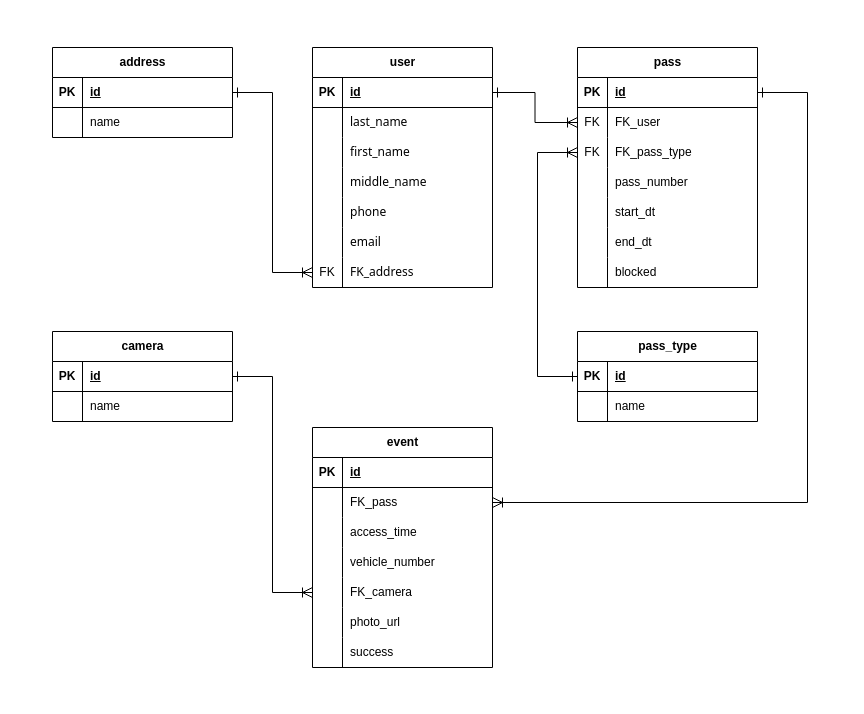
Schukinsky/Smart-gate-db keeps this draw.io diagram as erd.drawio. Above is the earlier version. Source tidied: cells renumbered, new cells numbered last; positions are measured from the earlier drawing's top-left corner, leaving out a move shared by most shapes. Both pictures are drawn from the tidied source at 100%, with x=0, y=0 at pixel (17, 17).
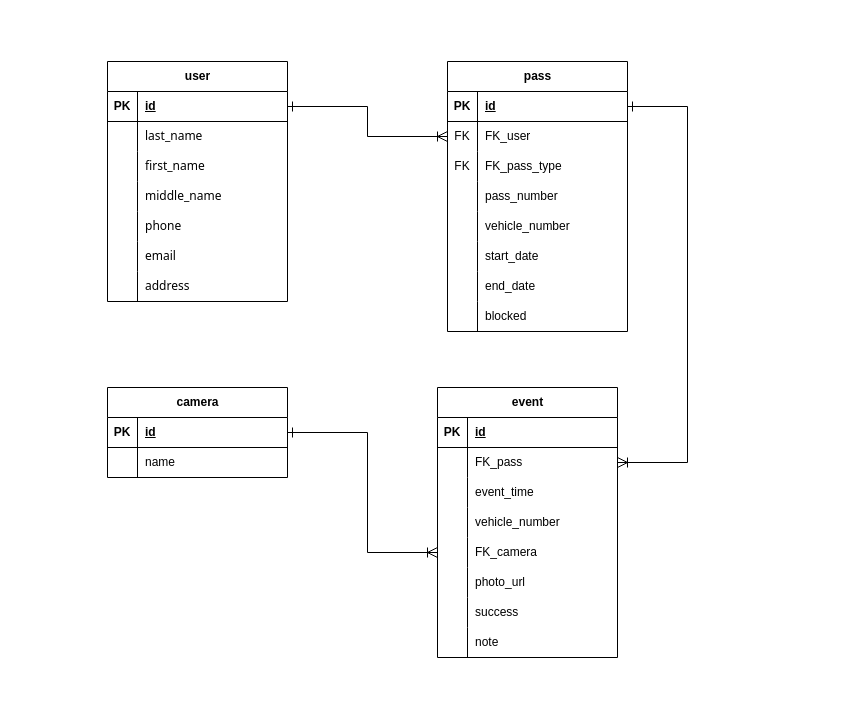
The same page after the edit.

The change refers to these unchanged cells:
```xml
<mxCell id="22" style="shape=tableRow;horizontal=0;startSize=0;swimlaneHead=0;swimlaneBody=0;fillColor=none;points=[[0,0.5],[1,0.5]];portConstraint=eastwest;top=0;left=0;right=0;bottom=0;labelBackgroundColor=none;fontColor=default;labelBorderColor=none;" parent="3" vertex="1">
  <mxGeometry y="210" width="180" height="30" as="geometry" />
</mxCell>
<mxCell id="26" style="shape=tableRow;horizontal=0;startSize=0;swimlaneHead=0;swimlaneBody=0;fillColor=none;points=[[0,0.5],[1,0.5]];portConstraint=eastwest;top=0;left=0;right=0;bottom=1;labelBackgroundColor=none;fontColor=default;labelBorderColor=none;" parent="25" vertex="1">
  <mxGeometry y="30" width="180" height="30" as="geometry" />
</mxCell>
<mxCell id="32" style="shape=tableRow;horizontal=0;startSize=0;swimlaneHead=0;swimlaneBody=0;fillColor=none;points=[[0,0.5],[1,0.5]];portConstraint=eastwest;top=0;left=0;right=0;bottom=0;labelBackgroundColor=none;fontColor=default;labelBorderColor=none;" parent="25" vertex="1">
  <mxGeometry y="90" width="180" height="30" as="geometry" />
</mxCell>
<mxCell id="58" style="shape=tableRow;horizontal=0;startSize=0;swimlaneHead=0;swimlaneBody=0;fillColor=none;points=[[0,0.5],[1,0.5]];portConstraint=eastwest;top=0;left=0;right=0;bottom=0;labelBackgroundColor=none;fontColor=default;labelBorderColor=none;" parent="54" vertex="1">
  <mxGeometry y="60" width="180" height="30" as="geometry" />
</mxCell>
<mxCell id="61" style="shape=tableRow;horizontal=0;startSize=0;swimlaneHead=0;swimlaneBody=0;fillColor=none;top=0;left=0;right=0;bottom=0;labelBackgroundColor=none;fontColor=default;labelBorderColor=none;" parent="54" vertex="1">
  <mxGeometry y="90" width="180" height="30" as="geometry" />
</mxCell>
<mxCell id="67" style="shape=tableRow;horizontal=0;startSize=0;swimlaneHead=0;swimlaneBody=0;fillColor=none;points=[[0,0.5],[1,0.5]];portConstraint=eastwest;top=0;left=0;right=0;bottom=0;labelBackgroundColor=none;fontColor=default;labelBorderColor=none;" parent="54" vertex="1">
  <mxGeometry y="150" width="180" height="30" as="geometry" />
</mxCell>
<mxCell id="77" style="shape=tableRow;horizontal=0;startSize=0;swimlaneHead=0;swimlaneBody=0;fillColor=none;points=[[0,0.5],[1,0.5]];portConstraint=eastwest;top=0;left=0;right=0;bottom=1;labelBackgroundColor=none;fontColor=default;labelBorderColor=none;" parent="76" vertex="1">
  <mxGeometry y="30" width="180" height="30" as="geometry" />
</mxCell>
```

What changed in the source:
```diff
@@
     <mxCell id="2" style="rounded=0;whiteSpace=wrap;html=1;labelBackgroundColor=none;fontColor=default;labelBorderColor=none;strokeColor=none;" parent="1" vertex="1">
-      <mxGeometry width="830" height="680" as="geometry" />
+      <mxGeometry x="60" y="20" width="640" height="640" as="geometry" />
     </mxCell>
     <mxCell id="3" value="user" style="shape=table;startSize=30;childLayout=tableLayout;rowLines=0;fontStyle=1;align=center;html=1;labelBackgroundColor=none;fontColor=default;labelBorderColor=none;" parent="1" vertex="1">
-      <mxGeometry x="295" y="30" width="180" height="240" as="geometry" />
+      <mxGeometry x="90" y="44" width="180" height="240" as="geometry" />
     </mxCell>
@@
-    <mxCell id="23" value="FK" style="shape=partialRectangle;fillColor=none;top=0;left=0;bottom=0;right=0;overflow=hidden;whiteSpace=wrap;html=1;labelBackgroundColor=none;fontColor=default;labelBorderColor=none;" parent="22" vertex="1">
+    <mxCell id="23" style="shape=partialRectangle;fillColor=none;top=0;left=0;bottom=0;right=0;overflow=hidden;whiteSpace=wrap;html=1;labelBackgroundColor=none;fontColor=default;labelBorderColor=none;" parent="22" vertex="1">
       <mxGeometry width="30" height="30" as="geometry" />
     </mxCell>
-    <mxCell id="24" value="&lt;span style=&quot;font-family: Söhne, ui-sans-serif, system-ui, -apple-system, &amp;quot;Segoe UI&amp;quot;, Roboto, Ubuntu, Cantarell, &amp;quot;Noto Sans&amp;quot;, sans-serif, &amp;quot;Helvetica Neue&amp;quot;, Arial, &amp;quot;Apple Color Emoji&amp;quot;, &amp;quot;Segoe UI Emoji&amp;quot;, &amp;quot;Segoe UI Symbol&amp;quot;, &amp;quot;Noto Color Emoji&amp;quot;; white-space-collapse: preserve;&quot;&gt;&lt;font style=&quot;font-size: 12px;&quot;&gt;FK_address&lt;/font&gt;&lt;/span&gt;" style="shape=partialRectangle;fillColor=none;top=0;left=0;bottom=0;right=0;align=left;spacingLeft=6;overflow=hidden;whiteSpace=wrap;html=1;labelBackgroundColor=none;fontColor=default;labelBorderColor=none;" parent="22" vertex="1">
+    <mxCell id="24" value="&lt;span style=&quot;font-family: Söhne, ui-sans-serif, system-ui, -apple-system, &amp;quot;Segoe UI&amp;quot;, Roboto, Ubuntu, Cantarell, &amp;quot;Noto Sans&amp;quot;, sans-serif, &amp;quot;Helvetica Neue&amp;quot;, Arial, &amp;quot;Apple Color Emoji&amp;quot;, &amp;quot;Segoe UI Emoji&amp;quot;, &amp;quot;Segoe UI Symbol&amp;quot;, &amp;quot;Noto Color Emoji&amp;quot;; white-space-collapse: preserve;&quot;&gt;&lt;font style=&quot;font-size: 12px;&quot;&gt;address&lt;/font&gt;&lt;/span&gt;" style="shape=partialRectangle;fillColor=none;top=0;left=0;bottom=0;right=0;align=left;spacingLeft=6;overflow=hidden;whiteSpace=wrap;html=1;labelBackgroundColor=none;fontColor=default;labelBorderColor=none;" parent="22" vertex="1">
       <mxGeometry x="30" width="150" height="30" as="geometry" />
     </mxCell>
     <mxCell id="25" value="&lt;div style=&quot;text-align: left;&quot;&gt;&lt;span style=&quot;background-color: initial; white-space: pre-wrap;&quot;&gt;pass&lt;/span&gt;&lt;/div&gt;" style="shape=table;startSize=30;childLayout=tableLayout;rowLines=0;fontStyle=1;align=center;html=1;labelBackgroundColor=none;fontColor=default;labelBorderColor=none;" parent="1" vertex="1">
-      <mxGeometry x="560" y="30" width="180" height="240" as="geometry" />
+      <mxGeometry x="430" y="44" width="180" height="270" as="geometry" />
     </mxCell>
@@
+    <mxCell id="95" style="shape=tableRow;horizontal=0;startSize=0;swimlaneHead=0;swimlaneBody=0;fillColor=none;top=0;left=0;right=0;bottom=0;labelBackgroundColor=none;fontColor=default;labelBorderColor=none;" parent="25" vertex="1">
+      <mxGeometry y="150" width="180" height="30" as="geometry" />
+    </mxCell>
+    <mxCell id="96" style="shape=partialRectangle;fillColor=none;top=0;left=0;bottom=0;right=0;overflow=hidden;whiteSpace=wrap;html=1;labelBackgroundColor=none;fontColor=default;labelBorderColor=none;" parent="95" vertex="1">
+      <mxGeometry width="30" height="30" as="geometry" />
+    </mxCell>
+    <mxCell id="97" value="vehicle_number" style="shape=partialRectangle;fillColor=none;top=0;left=0;bottom=0;right=0;align=left;spacingLeft=6;overflow=hidden;whiteSpace=wrap;html=1;labelBackgroundColor=none;fontColor=default;labelBorderColor=none;" parent="95" vertex="1">
+      <mxGeometry x="30" width="150" height="30" as="geometry" />
+    </mxCell>
     <mxCell id="38" style="shape=tableRow;horizontal=0;startSize=0;swimlaneHead=0;swimlaneBody=0;fillColor=none;top=0;left=0;right=0;bottom=0;labelBackgroundColor=none;fontColor=default;labelBorderColor=none;" parent="25" vertex="1">
-      <mxGeometry y="150" width="180" height="30" as="geometry" />
+      <mxGeometry y="180" width="180" height="30" as="geometry" />
     </mxCell>
@@
-    <mxCell id="40" value="start_dt" style="shape=partialRectangle;fillColor=none;top=0;left=0;bottom=0;right=0;align=left;spacingLeft=6;overflow=hidden;whiteSpace=wrap;html=1;labelBackgroundColor=none;fontColor=default;labelBorderColor=none;" parent="38" vertex="1">
+    <mxCell id="40" value="start_date" style="shape=partialRectangle;fillColor=none;top=0;left=0;bottom=0;right=0;align=left;spacingLeft=6;overflow=hidden;whiteSpace=wrap;html=1;labelBackgroundColor=none;fontColor=default;labelBorderColor=none;" parent="38" vertex="1">
       <mxGeometry x="30" width="150" height="30" as="geometry" />
     </mxCell>
     <mxCell id="41" style="shape=tableRow;horizontal=0;startSize=0;swimlaneHead=0;swimlaneBody=0;fillColor=none;top=0;left=0;right=0;bottom=0;labelBackgroundColor=none;fontColor=default;labelBorderColor=none;" parent="25" vertex="1">
-      <mxGeometry y="180" width="180" height="30" as="geometry" />
+      <mxGeometry y="210" width="180" height="30" as="geometry" />
     </mxCell>
@@
-    <mxCell id="43" value="end_dt" style="shape=partialRectangle;fillColor=none;top=0;left=0;bottom=0;right=0;align=left;spacingLeft=6;overflow=hidden;whiteSpace=wrap;html=1;labelBackgroundColor=none;fontColor=default;labelBorderColor=none;" parent="41" vertex="1">
+    <mxCell id="43" value="end_date" style="shape=partialRectangle;fillColor=none;top=0;left=0;bottom=0;right=0;align=left;spacingLeft=6;overflow=hidden;whiteSpace=wrap;html=1;labelBackgroundColor=none;fontColor=default;labelBorderColor=none;" parent="41" vertex="1">
       <mxGeometry x="30" width="150" height="30" as="geometry" />
     </mxCell>
     <mxCell id="44" style="shape=tableRow;horizontal=0;startSize=0;swimlaneHead=0;swimlaneBody=0;fillColor=none;top=0;left=0;right=0;bottom=0;labelBackgroundColor=none;fontColor=default;labelBorderColor=none;" parent="25" vertex="1">
-      <mxGeometry y="210" width="180" height="30" as="geometry" />
+      <mxGeometry y="240" width="180" height="30" as="geometry" />
     </mxCell>
@@
-    <mxCell id="47" value="address" style="shape=table;startSize=30;childLayout=tableLayout;rowLines=0;fontStyle=1;align=center;html=1;labelBackgroundColor=none;fontColor=default;labelBorderColor=none;" parent="1" vertex="1">
-      <mxGeometry x="35" y="30" width="180" height="90" as="geometry" />
-    </mxCell>
-    <mxCell id="48" style="shape=tableRow;horizontal=0;startSize=0;swimlaneHead=0;swimlaneBody=0;fillColor=none;points=[[0,0.5],[1,0.5]];portConstraint=eastwest;top=0;left=0;right=0;bottom=1;labelBackgroundColor=none;fontColor=default;labelBorderColor=none;" parent="47" vertex="1">
-      <mxGeometry y="30" width="180" height="30" as="geometry" />
-    </mxCell>
-    <mxCell id="49" value="PK" style="shape=partialRectangle;fillColor=none;top=0;left=0;bottom=0;right=0;fontStyle=1;overflow=hidden;whiteSpace=wrap;html=1;labelBackgroundColor=none;fontColor=default;labelBorderColor=none;" parent="48" vertex="1">
-      <mxGeometry width="30" height="30" as="geometry" />
-    </mxCell>
-    <mxCell id="50" value="id" style="shape=partialRectangle;fillColor=none;top=0;left=0;bottom=0;right=0;align=left;spacingLeft=6;fontStyle=5;overflow=hidden;whiteSpace=wrap;html=1;labelBackgroundColor=none;fontColor=default;labelBorderColor=none;" parent="48" vertex="1">
-      <mxGeometry x="30" width="150" height="30" as="geometry" />
-    </mxCell>
-    <mxCell id="51" style="shape=tableRow;horizontal=0;startSize=0;swimlaneHead=0;swimlaneBody=0;fillColor=none;top=0;left=0;right=0;bottom=0;labelBackgroundColor=none;fontColor=default;labelBorderColor=none;" parent="47" vertex="1">
-      <mxGeometry y="60" width="180" height="30" as="geometry" />
-    </mxCell>
-    <mxCell id="52" style="shape=partialRectangle;fillColor=none;top=0;left=0;bottom=0;right=0;overflow=hidden;whiteSpace=wrap;html=1;labelBackgroundColor=none;fontColor=default;labelBorderColor=none;" parent="51" vertex="1">
-      <mxGeometry width="30" height="30" as="geometry" />
-    </mxCell>
-    <mxCell id="53" value="name" style="shape=partialRectangle;fillColor=none;top=0;left=0;bottom=0;right=0;align=left;spacingLeft=6;overflow=hidden;whiteSpace=wrap;html=1;labelBackgroundColor=none;fontColor=default;labelBorderColor=none;" parent="51" vertex="1">
-      <mxGeometry x="30" width="150" height="30" as="geometry" />
-    </mxCell>
     <mxCell id="54" value="event" style="shape=table;startSize=30;childLayout=tableLayout;rowLines=0;fontStyle=1;align=center;html=1;labelBackgroundColor=none;fontColor=default;labelBorderColor=none;" parent="1" vertex="1">
-      <mxGeometry x="295" y="410" width="180" height="240" as="geometry" />
+      <mxGeometry x="420" y="370" width="180" height="270" as="geometry" />
     </mxCell>
@@
-    <mxCell id="63" value="&lt;span style=&quot;white-space: pre;&quot;&gt;&lt;font face=&quot;Helvetica&quot; style=&quot;font-size: 12px;&quot;&gt;access_time&lt;/font&gt;&lt;/span&gt;" style="shape=partialRectangle;fillColor=none;top=0;left=0;bottom=0;right=0;align=left;spacingLeft=6;overflow=hidden;whiteSpace=wrap;html=1;labelBackgroundColor=none;fontColor=default;labelBorderColor=none;" parent="61" vertex="1">
+    <mxCell id="63" value="&lt;span style=&quot;white-space: pre;&quot;&gt;&lt;font face=&quot;Helvetica&quot; style=&quot;font-size: 12px;&quot;&gt;event_time&lt;/font&gt;&lt;/span&gt;" style="shape=partialRectangle;fillColor=none;top=0;left=0;bottom=0;right=0;align=left;spacingLeft=6;overflow=hidden;whiteSpace=wrap;html=1;labelBackgroundColor=none;fontColor=default;labelBorderColor=none;" parent="61" vertex="1">
       <mxGeometry x="30" width="150" height="30" as="geometry" />
     </mxCell>
@@
+    <mxCell id="98" style="shape=tableRow;horizontal=0;startSize=0;swimlaneHead=0;swimlaneBody=0;fillColor=none;top=0;left=0;right=0;bottom=0;labelBackgroundColor=none;fontColor=default;labelBorderColor=none;" parent="54" vertex="1">
+      <mxGeometry y="240" width="180" height="30" as="geometry" />
+    </mxCell>
+    <mxCell id="99" style="shape=partialRectangle;fillColor=none;top=0;left=0;bottom=0;right=0;overflow=hidden;whiteSpace=wrap;html=1;labelBackgroundColor=none;fontColor=default;labelBorderColor=none;" parent="98" vertex="1">
+      <mxGeometry width="30" height="30" as="geometry" />
+    </mxCell>
+    <mxCell id="100" value="note" style="shape=partialRectangle;fillColor=none;top=0;left=0;bottom=0;right=0;align=left;spacingLeft=6;overflow=hidden;whiteSpace=wrap;html=1;labelBackgroundColor=none;fontColor=default;labelBorderColor=none;" parent="98" vertex="1">
+      <mxGeometry x="30" width="150" height="30" as="geometry" />
+    </mxCell>
     <mxCell id="76" value="&lt;span style=&quot;text-align: left; text-wrap: wrap;&quot;&gt;camera&lt;/span&gt;" style="shape=table;startSize=30;childLayout=tableLayout;rowLines=0;fontStyle=1;align=center;html=1;labelBackgroundColor=none;fontColor=default;labelBorderColor=none;" parent="1" vertex="1">
-      <mxGeometry x="35" y="314" width="180" height="90" as="geometry" />
+      <mxGeometry x="90" y="370" width="180" height="90" as="geometry" />
     </mxCell>
@@
-    <mxCell id="83" value="&lt;span style=&quot;text-align: left; white-space: pre-wrap;&quot;&gt;pass_type&lt;/span&gt;" style="shape=table;startSize=30;childLayout=tableLayout;rowLines=0;fontStyle=1;align=center;html=1;labelBackgroundColor=none;fontColor=default;labelBorderColor=none;" parent="1" vertex="1">
-      <mxGeometry x="560" y="314" width="180" height="90" as="geometry" />
-    </mxCell>
-    <mxCell id="84" style="shape=tableRow;horizontal=0;startSize=0;swimlaneHead=0;swimlaneBody=0;fillColor=none;points=[[0,0.5],[1,0.5]];portConstraint=eastwest;top=0;left=0;right=0;bottom=1;labelBackgroundColor=none;fontColor=default;labelBorderColor=none;" parent="83" vertex="1">
-      <mxGeometry y="30" width="180" height="30" as="geometry" />
-    </mxCell>
-    <mxCell id="85" value="PK" style="shape=partialRectangle;fillColor=none;top=0;left=0;bottom=0;right=0;fontStyle=1;overflow=hidden;whiteSpace=wrap;html=1;labelBackgroundColor=none;fontColor=default;labelBorderColor=none;" parent="84" vertex="1">
-      <mxGeometry width="30" height="30" as="geometry" />
-    </mxCell>
-    <mxCell id="86" value="id" style="shape=partialRectangle;fillColor=none;top=0;left=0;bottom=0;right=0;align=left;spacingLeft=6;fontStyle=5;overflow=hidden;whiteSpace=wrap;html=1;labelBackgroundColor=none;fontColor=default;labelBorderColor=none;" parent="84" vertex="1">
-      <mxGeometry x="30" width="150" height="30" as="geometry" />
-    </mxCell>
-    <mxCell id="87" style="shape=tableRow;horizontal=0;startSize=0;swimlaneHead=0;swimlaneBody=0;fillColor=none;top=0;left=0;right=0;bottom=0;labelBackgroundColor=none;fontColor=default;labelBorderColor=none;" parent="83" vertex="1">
-      <mxGeometry y="60" width="180" height="30" as="geometry" />
-    </mxCell>
-    <mxCell id="88" style="shape=partialRectangle;fillColor=none;top=0;left=0;bottom=0;right=0;overflow=hidden;whiteSpace=wrap;html=1;labelBackgroundColor=none;fontColor=default;labelBorderColor=none;" parent="87" vertex="1">
-      <mxGeometry width="30" height="30" as="geometry" />
-    </mxCell>
-    <mxCell id="89" value="name" style="shape=partialRectangle;fillColor=none;top=0;left=0;bottom=0;right=0;align=left;spacingLeft=6;overflow=hidden;whiteSpace=wrap;html=1;labelBackgroundColor=none;fontColor=default;labelBorderColor=none;" parent="87" vertex="1">
-      <mxGeometry x="30" width="150" height="30" as="geometry" />
-    </mxCell>
-    <mxCell id="90" style="edgeStyle=orthogonalEdgeStyle;rounded=0;jettySize=auto;html=1;entryX=0;entryY=0.5;entryDx=0;entryDy=0;startArrow=ERone;startFill=0;endArrow=ERoneToMany;endFill=0;endSize=8;startSize=8;labelBackgroundColor=none;fontColor=default;labelBorderColor=none;" parent="1" edge="1" source="48" target="22">
-      <mxGeometry relative="1" as="geometry" />
-    </mxCell>
@@
     <mxCell id="92" style="edgeStyle=orthogonalEdgeStyle;rounded=0;jettySize=auto;html=1;entryX=0;entryY=0.5;entryDx=0;entryDy=0;startArrow=ERone;startFill=0;endArrow=ERoneToMany;endFill=0;endSize=8;startSize=8;labelBackgroundColor=none;fontColor=default;labelBorderColor=none;" parent="1" edge="1" source="77" target="67">
-      <mxGeometry relative="1" as="geometry" />
+      <mxGeometry relative="1" as="geometry">
+        <Array as="points">
+          <mxPoint x="350" y="415" />
+          <mxPoint x="350" y="535" />
+        </Array>
+      </mxGeometry>
     </mxCell>
-    <mxCell id="93" style="edgeStyle=orthogonalEdgeStyle;rounded=0;jettySize=auto;html=1;entryX=0;entryY=0.5;entryDx=0;entryDy=0;startArrow=ERone;startFill=0;endArrow=ERoneToMany;endFill=0;endSize=8;startSize=8;labelBackgroundColor=none;fontColor=default;labelBorderColor=none;" parent="1" edge="1" source="84" target="32">
-      <mxGeometry relative="1" as="geometry">
-        <Array as="points">
-          <mxPoint x="520" y="359" />
-          <mxPoint x="520" y="135" />
-        </Array>
-      </mxGeometry>
-    </mxCell>
     <mxCell id="94" style="edgeStyle=orthogonalEdgeStyle;rounded=0;jettySize=auto;html=1;entryX=1;entryY=0.5;entryDx=0;entryDy=0;startArrow=ERone;startFill=0;endArrow=ERoneToMany;endFill=0;endSize=8;startSize=8;labelBackgroundColor=none;fontColor=default;labelBorderColor=none;" parent="1" edge="1" source="26" target="58">
       <mxGeometry relative="1" as="geometry">
         <Array as="points">
-          <mxPoint x="790" y="75" />
-          <mxPoint x="790" y="485" />
+          <mxPoint x="670" y="89" />
+          <mxPoint x="670" y="445" />
         </Array>
       </mxGeometry>
     </mxCell>
```
